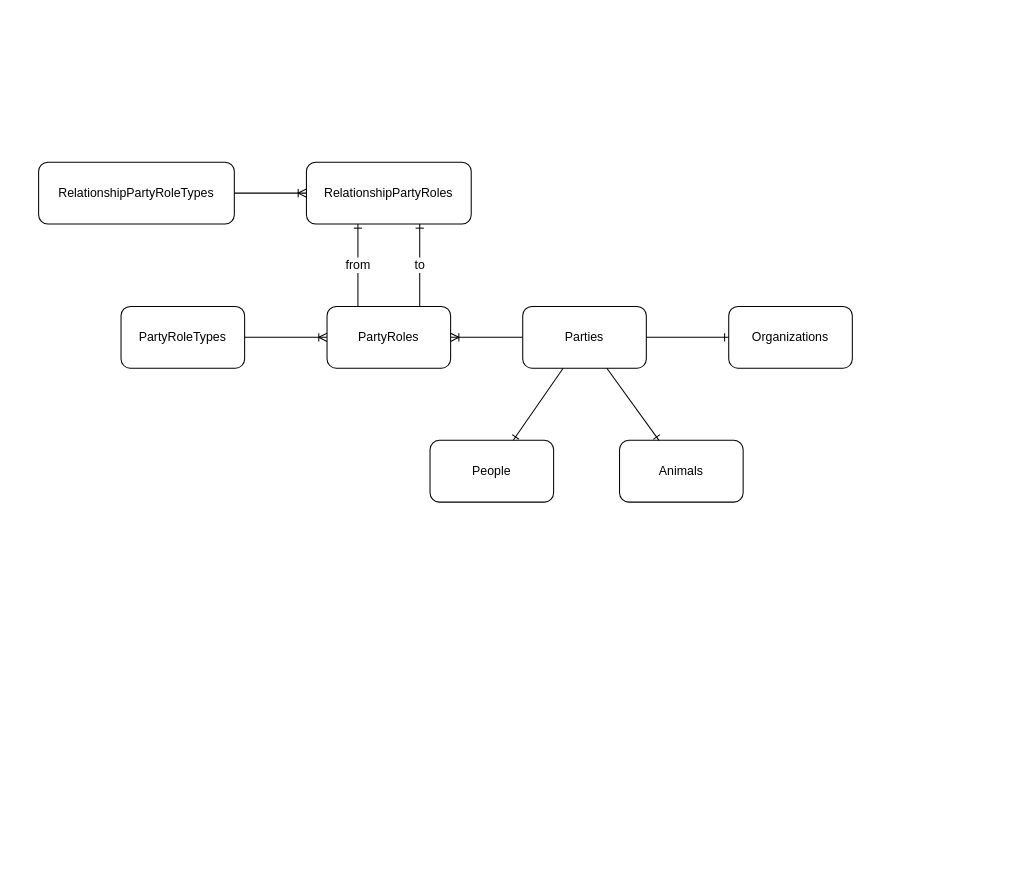
The draw.io diagram docs/moodeng.drawio in chavp/hello-api, before the edit. Source tidied: cells renumbered, new cells numbered last; positions are measured from the earlier drawing's top-left corner, leaving out a move shared by most shapes. Both pictures are drawn from the tidied source at 103%, with x=0, y=0 at pixel (38, 162).
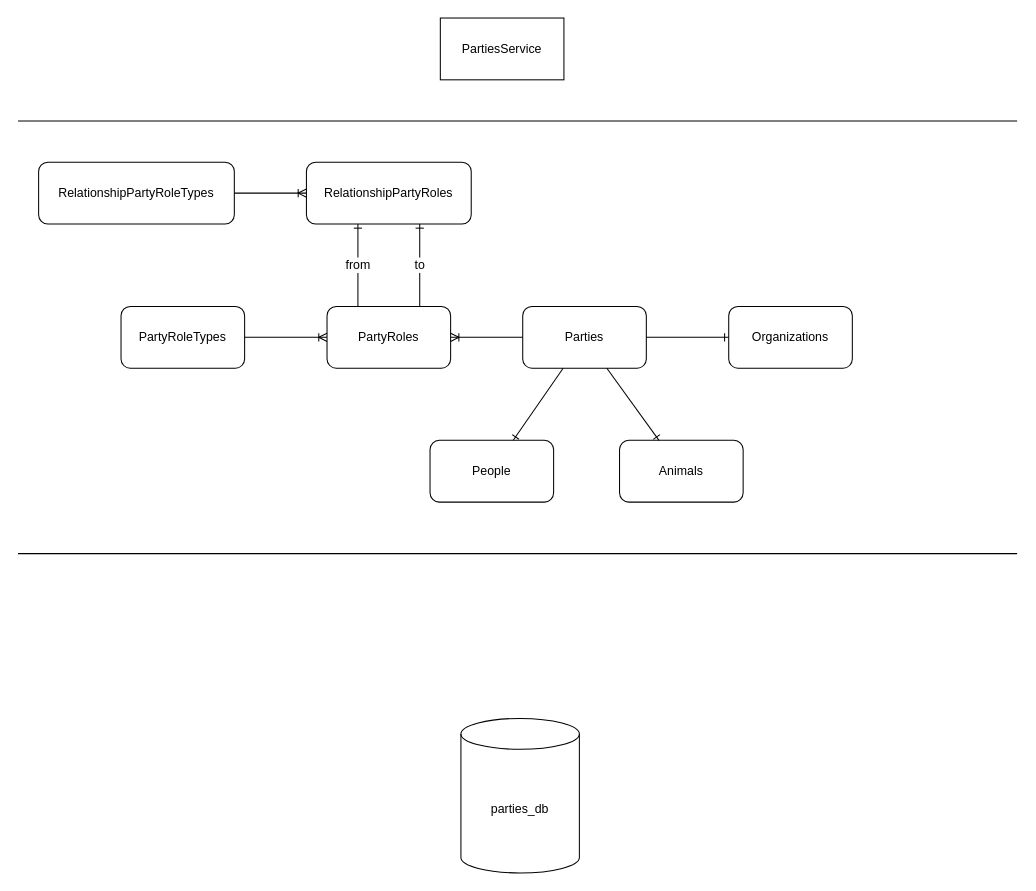
The same diagram, later.

The edit, as a diff of the source:
```diff
@@
+    <mxCell id="18" value="PartiesService" style="rounded=0;whiteSpace=wrap;html=1;" parent="1" vertex="1">
+      <mxGeometry x="390" y="-140" width="120" height="60" as="geometry" />
+    </mxCell>
+    <mxCell id="19" style="endArrow=none;html=1;rounded=0;" parent="1" edge="1">
+      <mxGeometry relative="1" as="geometry">
+        <mxPoint x="-20" y="-40" as="sourcePoint" />
+        <mxPoint x="950" y="-40" as="targetPoint" />
+      </mxGeometry>
+    </mxCell>
+    <mxCell id="20" style="endArrow=none;html=1;rounded=0;" parent="1" edge="1">
+      <mxGeometry relative="1" as="geometry">
+        <mxPoint x="-20" y="380" as="sourcePoint" />
+        <mxPoint x="950" y="380" as="targetPoint" />
+      </mxGeometry>
+    </mxCell>
+    <mxCell id="21" value="parties_db" style="shape=cylinder3;whiteSpace=wrap;html=1;boundedLbl=1;backgroundOutline=1;size=15;" parent="1" vertex="1">
+      <mxGeometry x="410" y="540" width="115" height="150" as="geometry" />
+    </mxCell>
```
